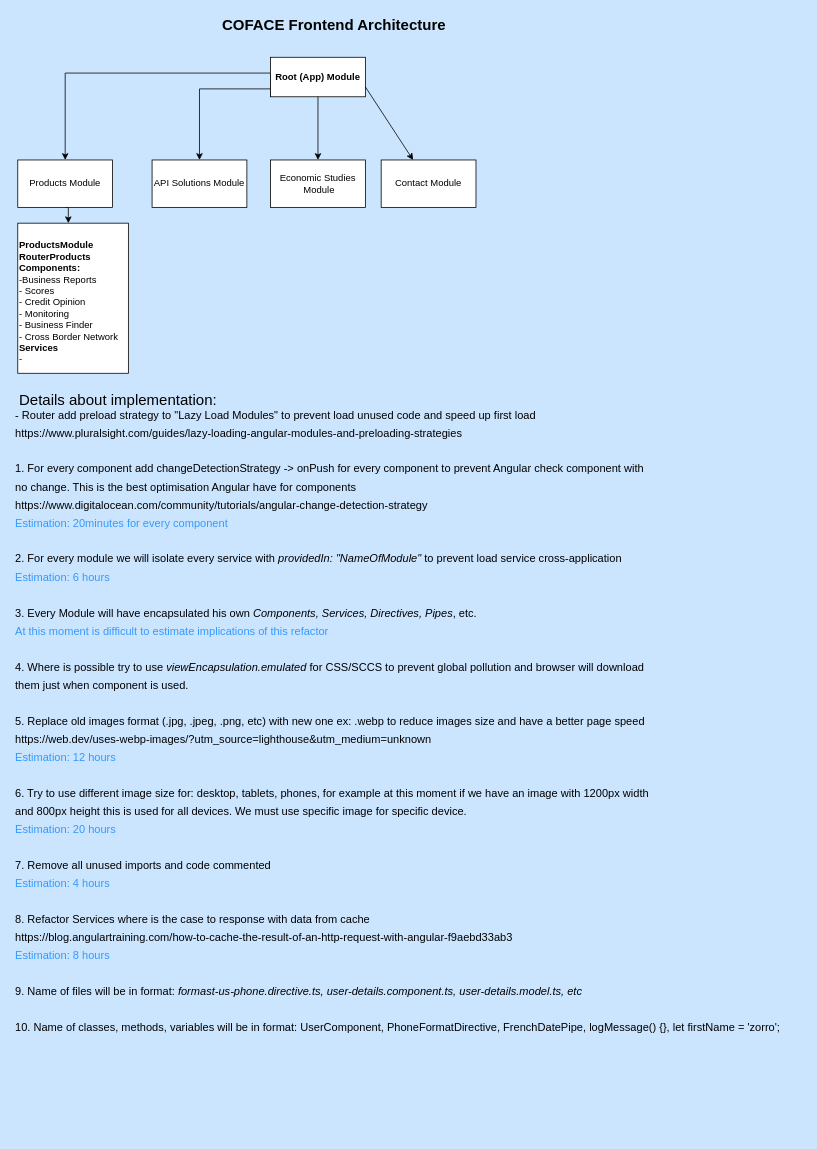
Above: Untitled Diagram.drawio in valikonen/coface (draw.io), before the change. Source tidied: cells renumbered, new cells numbered last; positions are measured from the earlier drawing's top-left corner, leaving out a move shared by most shapes. Both pictures are drawn from the tidied source at 79%, with x=0, y=0 at pixel (13, 13).
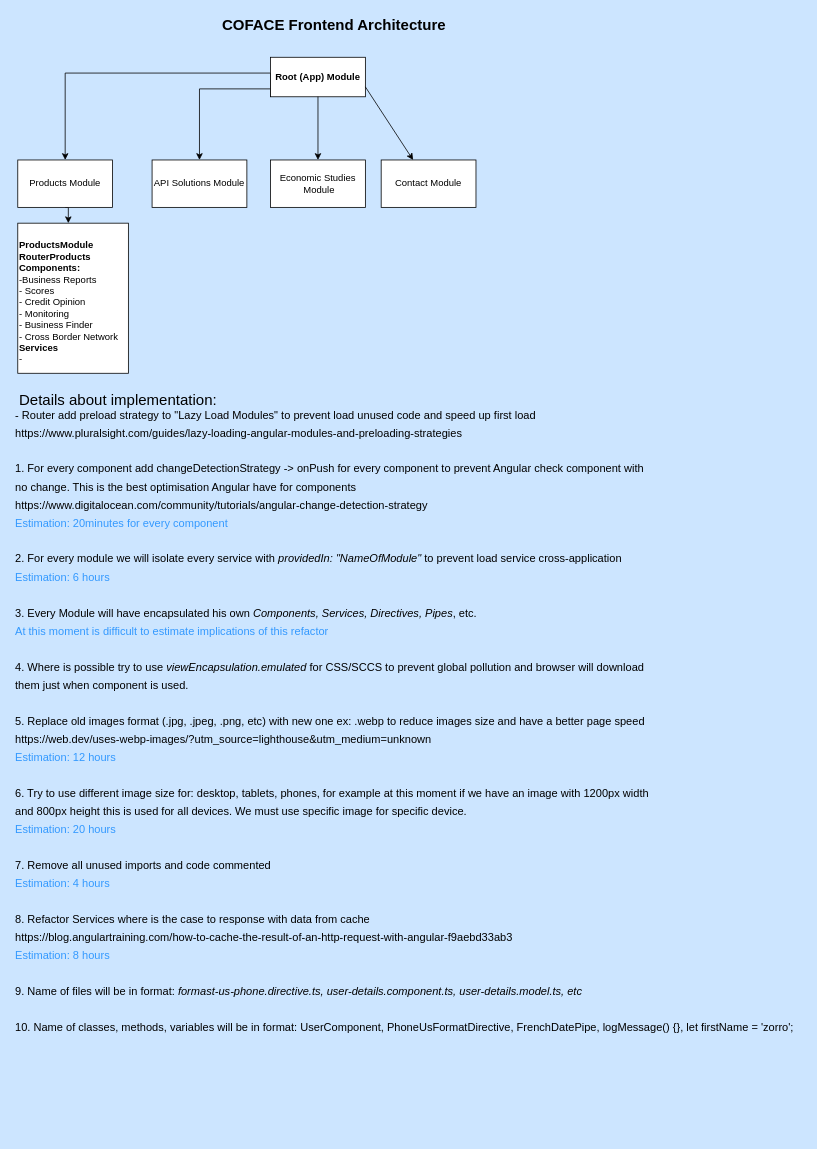
The same diagram, later.

Diff of the diagram source:
```diff
@@
 <mxGraphModel background="#CCE5FF">
   <root>
     <mxCell id="0" />
     <mxCell id="1" parent="0" />
     <mxCell id="2" style="edgeStyle=orthogonalEdgeStyle;rounded=0;jettySize=auto;html=1;exitX=0;exitY=1;exitDx=0;exitDy=0;" parent="1" edge="1" source="4" target="6">
       <mxGeometry relative="1" as="geometry">
         <Array as="points">
           <mxPoint x="325" y="75" />
           <mxPoint x="65" y="75" />
         </Array>
       </mxGeometry>
     </mxCell>
     <mxCell id="3" style="edgeStyle=orthogonalEdgeStyle;rounded=0;jettySize=auto;html=1;exitX=0.5;exitY=1;exitDx=0;exitDy=0;" parent="1" edge="1" source="4" target="8">
       <mxGeometry relative="1" as="geometry">
         <Array as="points">
           <mxPoint x="385" y="95" />
           <mxPoint x="235" y="95" />
         </Array>
       </mxGeometry>
     </mxCell>
     <mxCell id="4" value="Root (App) Module" style="rounded=0;whiteSpace=wrap;html=1;fontStyle=1;" parent="1" vertex="1">
       <mxGeometry x="325" y="55" width="120" height="50" as="geometry" />
     </mxCell>
     <mxCell id="5" style="edgeStyle=orthogonalEdgeStyle;rounded=0;jettySize=auto;html=1;exitX=0.5;exitY=1;exitDx=0;exitDy=0;entryX=0.457;entryY=0;entryDx=0;entryDy=0;entryPerimeter=0;" parent="1" edge="1" source="6" target="7">
       <mxGeometry relative="1" as="geometry" />
     </mxCell>
     <mxCell id="6" value="Products Module&lt;br&gt;" style="rounded=0;whiteSpace=wrap;html=1;" parent="1" vertex="1">
       <mxGeometry x="5" y="185" width="120" height="60" as="geometry" />
     </mxCell>
     <mxCell id="7" value="&lt;b&gt;&lt;br&gt;ProductsModule&lt;br&gt;RouterProducts&lt;br&gt;Components:&lt;/b&gt;&lt;br&gt;-Business Reports&lt;br&gt;- Scores&lt;br&gt;- Credit Opinion&lt;br&gt;- Monitoring&lt;br&gt;- Business Finder&lt;br&gt;- Cross Border Network&lt;br&gt;&lt;b&gt;Services&lt;br&gt;&lt;/b&gt;-" style="rounded=0;whiteSpace=wrap;html=1;align=left;verticalAlign=top;" parent="1" vertex="1">
       <mxGeometry x="5" y="265" width="140" height="190" as="geometry" />
     </mxCell>
     <mxCell id="8" value="API Solutions Module" style="rounded=0;whiteSpace=wrap;html=1;" parent="1" vertex="1">
       <mxGeometry x="175" y="185" width="120" height="60" as="geometry" />
     </mxCell>
     <mxCell id="9" style="endArrow=classic;html=1;exitX=0.5;exitY=1;exitDx=0;exitDy=0;" parent="1" edge="1" source="4">
       <mxGeometry relative="1" as="geometry">
         <mxPoint x="385" y="185" as="targetPoint" />
       </mxGeometry>
     </mxCell>
     <mxCell id="10" value="Economic Studies&lt;br&gt;&amp;nbsp;Module" style="rounded=0;whiteSpace=wrap;html=1;" parent="1" vertex="1">
       <mxGeometry x="325" y="185" width="120" height="60" as="geometry" />
     </mxCell>
     <mxCell id="11" style="endArrow=classic;html=1;exitX=1;exitY=0.75;exitDx=0;exitDy=0;" parent="1" edge="1" source="4" target="12">
       <mxGeometry relative="1" as="geometry" />
     </mxCell>
     <mxCell id="12" value="Contact Module" style="rounded=0;whiteSpace=wrap;html=1;" parent="1" vertex="1">
       <mxGeometry x="465" y="185" width="120" height="60" as="geometry" />
     </mxCell>
     <mxCell id="13" value="COFACE Frontend Architecture" style="text;html=1;align=center;verticalAlign=middle;fontSize=19;fontStyle=1;" parent="1" vertex="1">
       <mxGeometry x="255" width="300" height="30" as="geometry" />
     </mxCell>
     <mxCell id="14" value="Details about implementation:" style="text;html=1;align=left;verticalAlign=middle;fontSize=19;" parent="1" vertex="1">
       <mxGeometry x="5" y="475" width="270" height="30" as="geometry" />
     </mxCell>
-    <mxCell id="15" value="&lt;font&gt;&lt;span style=&quot;font-size: 14px&quot;&gt;- Router add preload strategy to &quot;Lazy Load Modules&quot; to prevent load unused code and speed up first load&lt;/span&gt;&lt;br&gt;&lt;span style=&quot;font-size: 14px&quot;&gt;https://www.pluralsight.com/guides/lazy-loading-angular-modules-and-preloading-strategies&lt;/span&gt;&lt;br&gt;&lt;br&gt;&lt;span style=&quot;font-size: 14px&quot;&gt;1. For every component add changeDetectionStrategy -&amp;gt; onPush for every component to prevent Angular check component with &lt;br&gt;no change. This is the best optimisation Angular have for components&lt;/span&gt;&lt;br&gt;&lt;span style=&quot;font-size: 14px&quot;&gt;https://www.digitalocean.com/community/tutorials/angular-change-detection-strategy&lt;/span&gt;&lt;br&gt;&lt;font color=&quot;#3399ff&quot; style=&quot;font-size: 14px&quot;&gt;Estimation: 20minutes for every component&amp;nbsp;&lt;br&gt;&lt;br&gt;&lt;/font&gt;&lt;span style=&quot;font-size: 14px&quot;&gt;2. For every module we will isolate every service with &lt;/span&gt;&lt;i style=&quot;font-size: 14px&quot;&gt;providedIn: &quot;NameOfModule&quot;&lt;/i&gt;&lt;span style=&quot;font-size: 14px&quot;&gt; to prevent load service cross-application&lt;br&gt;&lt;/span&gt;&lt;span style=&quot;color: rgb(51 , 153 , 255) ; font-size: 14px&quot;&gt;Estimation: 6 hours&lt;/span&gt;&lt;br&gt;&lt;br&gt;&lt;span style=&quot;font-size: 14px&quot;&gt;3. Every Module will have encapsulated his own&lt;/span&gt;&lt;i style=&quot;font-size: 14px&quot;&gt; Components, Services, Directives, Pipes&lt;/i&gt;&lt;span style=&quot;font-size: 14px&quot;&gt;, etc.&lt;br&gt;&lt;/span&gt;&lt;font color=&quot;#3399ff&quot; style=&quot;font-size: 14px&quot;&gt;At this moment is difficult to estimate implications of this refactor&lt;/font&gt;&lt;br&gt;&lt;br&gt;&lt;span style=&quot;font-size: 14px&quot;&gt;4. Where is possible try to use &lt;/span&gt;&lt;i style=&quot;font-size: 14px&quot;&gt;viewEncapsulation.emulated&lt;/i&gt;&lt;span style=&quot;font-size: 14px&quot;&gt; for CSS/SCCS to prevent global pollution and browser will download &lt;/span&gt;&lt;br&gt;&lt;span style=&quot;font-size: 14px&quot;&gt;them just when component is used.&lt;/span&gt;&lt;br&gt;&lt;br&gt;&lt;span style=&quot;font-size: 14px&quot;&gt;5. Replace old images format (.jpg, .jpeg, .png, etc) with new one ex: .webp to reduce images size and have a better page speed&lt;/span&gt;&lt;br&gt;&lt;span style=&quot;font-size: 14px&quot;&gt;https://web.dev/uses-webp-images/?utm_source=lighthouse&amp;amp;utm_medium=unknown&amp;nbsp;&lt;/span&gt;&lt;br&gt;&lt;span style=&quot;font-size: 14px ; color: rgb(51 , 153 , 255)&quot;&gt;Estimation: 12 hours&lt;br&gt;&lt;br&gt;&lt;/span&gt;&lt;span style=&quot;font-size: 14px&quot;&gt;6. Try to use different image size for: desktop, tablets, phones, for example at this moment if we have an image with 1200px width &lt;/span&gt;&lt;br&gt;&lt;span style=&quot;font-size: 14px&quot;&gt;and 800px height this is used for all devices. We must use specific image for specific device.&lt;/span&gt;&lt;br&gt;&lt;span style=&quot;font-size: 14px ; color: rgb(51 , 153 , 255)&quot;&gt;Estimation: 20 hours&lt;br&gt;&lt;br&gt;&lt;/span&gt;&lt;font style=&quot;font-size: 14px&quot;&gt;7. Remove all unused imports and code commented&lt;/font&gt;&lt;br&gt;&lt;font color=&quot;#3399ff&quot;&gt;&lt;span style=&quot;font-size: 14px&quot;&gt;Estimation: 4 hours&lt;/span&gt;&lt;/font&gt;&lt;br&gt;&lt;br&gt;&lt;span style=&quot;font-size: 14px&quot;&gt;8. Refactor Services where is the case to response with data from cache&lt;/span&gt;&lt;br&gt;&lt;span style=&quot;font-size: 14px&quot;&gt;https://blog.angulartraining.com/how-to-cache-the-result-of-an-http-request-with-angular-f9aebd33ab3&amp;nbsp;&lt;br&gt;&lt;/span&gt;&lt;span style=&quot;color: rgb(51 , 153 , 255) ; font-size: 14px&quot;&gt;Estimation: 8 hours&lt;br&gt;&lt;/span&gt;&lt;span style=&quot;font-size: 14px&quot;&gt;&lt;br&gt;9. Name of files will be in format: &lt;i&gt;formast-us-phone.directive.ts, user-details.component.ts, user-details.model.ts, etc&lt;br&gt;&lt;/i&gt;&lt;br&gt;&lt;/span&gt;&lt;span style=&quot;font-size: 14px&quot;&gt;10. Name of classes, methods, variables will be in format: UserComponent, PhoneFormatDirective, FrenchDatePipe, logMessage() {}, let firstName = 'zorro';&lt;/span&gt;&lt;br&gt;&lt;br&gt;&lt;br&gt;&lt;br&gt;&lt;br&gt;&lt;/font&gt;" style="text;html=1;align=left;verticalAlign=middle;fontSize=19;" parent="1" vertex="1">
-      <mxGeometry y="460" width="980" height="960" as="geometry" />
+    <mxCell id="15" value="&lt;font&gt;&lt;span style=&quot;font-size: 14px&quot;&gt;- Router add preload strategy to &quot;Lazy Load Modules&quot; to prevent load unused code and speed up first load&lt;/span&gt;&lt;br&gt;&lt;span style=&quot;font-size: 14px&quot;&gt;https://www.pluralsight.com/guides/lazy-loading-angular-modules-and-preloading-strategies&lt;/span&gt;&lt;br&gt;&lt;br&gt;&lt;span style=&quot;font-size: 14px&quot;&gt;1. For every component add changeDetectionStrategy -&amp;gt; onPush for every component to prevent Angular check component with &lt;br&gt;no change. This is the best optimisation Angular have for components&lt;/span&gt;&lt;br&gt;&lt;span style=&quot;font-size: 14px&quot;&gt;https://www.digitalocean.com/community/tutorials/angular-change-detection-strategy&lt;/span&gt;&lt;br&gt;&lt;font color=&quot;#3399ff&quot; style=&quot;font-size: 14px&quot;&gt;Estimation: 20minutes for every component&amp;nbsp;&lt;br&gt;&lt;br&gt;&lt;/font&gt;&lt;span style=&quot;font-size: 14px&quot;&gt;2. For every module we will isolate every service with &lt;/span&gt;&lt;i style=&quot;font-size: 14px&quot;&gt;providedIn: &quot;NameOfModule&quot;&lt;/i&gt;&lt;span style=&quot;font-size: 14px&quot;&gt; to prevent load service cross-application&lt;br&gt;&lt;/span&gt;&lt;span style=&quot;color: rgb(51 , 153 , 255) ; font-size: 14px&quot;&gt;Estimation: 6 hours&lt;/span&gt;&lt;br&gt;&lt;br&gt;&lt;span style=&quot;font-size: 14px&quot;&gt;3. Every Module will have encapsulated his own&lt;/span&gt;&lt;i style=&quot;font-size: 14px&quot;&gt; Components, Services, Directives, Pipes&lt;/i&gt;&lt;span style=&quot;font-size: 14px&quot;&gt;, etc.&lt;br&gt;&lt;/span&gt;&lt;font color=&quot;#3399ff&quot; style=&quot;font-size: 14px&quot;&gt;At this moment is difficult to estimate implications of this refactor&lt;/font&gt;&lt;br&gt;&lt;br&gt;&lt;span style=&quot;font-size: 14px&quot;&gt;4. Where is possible try to use &lt;/span&gt;&lt;i style=&quot;font-size: 14px&quot;&gt;viewEncapsulation.emulated&lt;/i&gt;&lt;span style=&quot;font-size: 14px&quot;&gt; for CSS/SCCS to prevent global pollution and browser will download &lt;/span&gt;&lt;br&gt;&lt;span style=&quot;font-size: 14px&quot;&gt;them just when component is used.&lt;/span&gt;&lt;br&gt;&lt;br&gt;&lt;span style=&quot;font-size: 14px&quot;&gt;5. Replace old images format (.jpg, .jpeg, .png, etc) with new one ex: .webp to reduce images size and have a better page speed&lt;/span&gt;&lt;br&gt;&lt;span style=&quot;font-size: 14px&quot;&gt;https://web.dev/uses-webp-images/?utm_source=lighthouse&amp;amp;utm_medium=unknown&amp;nbsp;&lt;/span&gt;&lt;br&gt;&lt;span style=&quot;font-size: 14px ; color: rgb(51 , 153 , 255)&quot;&gt;Estimation: 12 hours&lt;br&gt;&lt;br&gt;&lt;/span&gt;&lt;span style=&quot;font-size: 14px&quot;&gt;6. Try to use different image size for: desktop, tablets, phones, for example at this moment if we have an image with 1200px width &lt;/span&gt;&lt;br&gt;&lt;span style=&quot;font-size: 14px&quot;&gt;and 800px height this is used for all devices. We must use specific image for specific device.&lt;/span&gt;&lt;br&gt;&lt;span style=&quot;font-size: 14px ; color: rgb(51 , 153 , 255)&quot;&gt;Estimation: 20 hours&lt;br&gt;&lt;br&gt;&lt;/span&gt;&lt;font style=&quot;font-size: 14px&quot;&gt;7. Remove all unused imports and code commented&lt;/font&gt;&lt;br&gt;&lt;font color=&quot;#3399ff&quot;&gt;&lt;span style=&quot;font-size: 14px&quot;&gt;Estimation: 4 hours&lt;/span&gt;&lt;/font&gt;&lt;br&gt;&lt;br&gt;&lt;span style=&quot;font-size: 14px&quot;&gt;8. Refactor Services where is the case to response with data from cache&lt;/span&gt;&lt;br&gt;&lt;span style=&quot;font-size: 14px&quot;&gt;https://blog.angulartraining.com/how-to-cache-the-result-of-an-http-request-with-angular-f9aebd33ab3&amp;nbsp;&lt;br&gt;&lt;/span&gt;&lt;span style=&quot;color: rgb(51 , 153 , 255) ; font-size: 14px&quot;&gt;Estimation: 8 hours&lt;br&gt;&lt;/span&gt;&lt;span style=&quot;font-size: 14px&quot;&gt;&lt;br&gt;9. Name of files will be in format: &lt;i&gt;formast-us-phone.directive.ts, user-details.component.ts, user-details.model.ts, etc&lt;br&gt;&lt;/i&gt;&lt;br&gt;&lt;/span&gt;&lt;span style=&quot;font-size: 14px&quot;&gt;10. Name of classes, methods, variables will be in format: UserComponent, PhoneUsFormatDirective, FrenchDatePipe, logMessage() {}, let firstName = 'zorro';&lt;/span&gt;&lt;br&gt;&lt;br&gt;&lt;br&gt;&lt;br&gt;&lt;br&gt;&lt;/font&gt;" style="text;html=1;align=left;verticalAlign=middle;fontSize=19;" parent="1" vertex="1">
+      <mxGeometry y="460" width="1000" height="960" as="geometry" />
     </mxCell>
   </root>
 </mxGraphModel>
```
